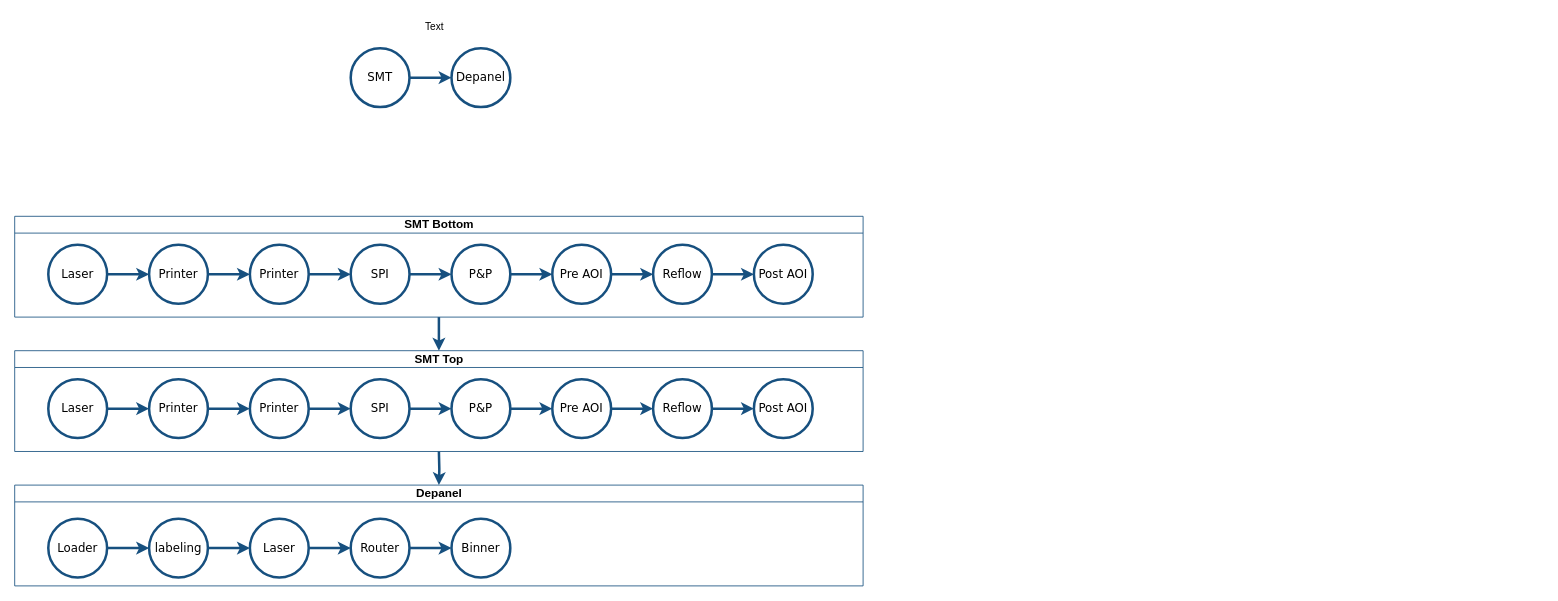
The draw.io diagram MES Flow/MES vs Kingfactory.drawio in vinceliao99/MyDiagrams, before the edit. Source tidied: cells renumbered, new cells numbered last; positions are measured from the earlier drawing's top-left corner, leaving out a move shared by most shapes. Both pictures are drawn from the tidied source at 84%, with x=0, y=0 at pixel (14, 14).
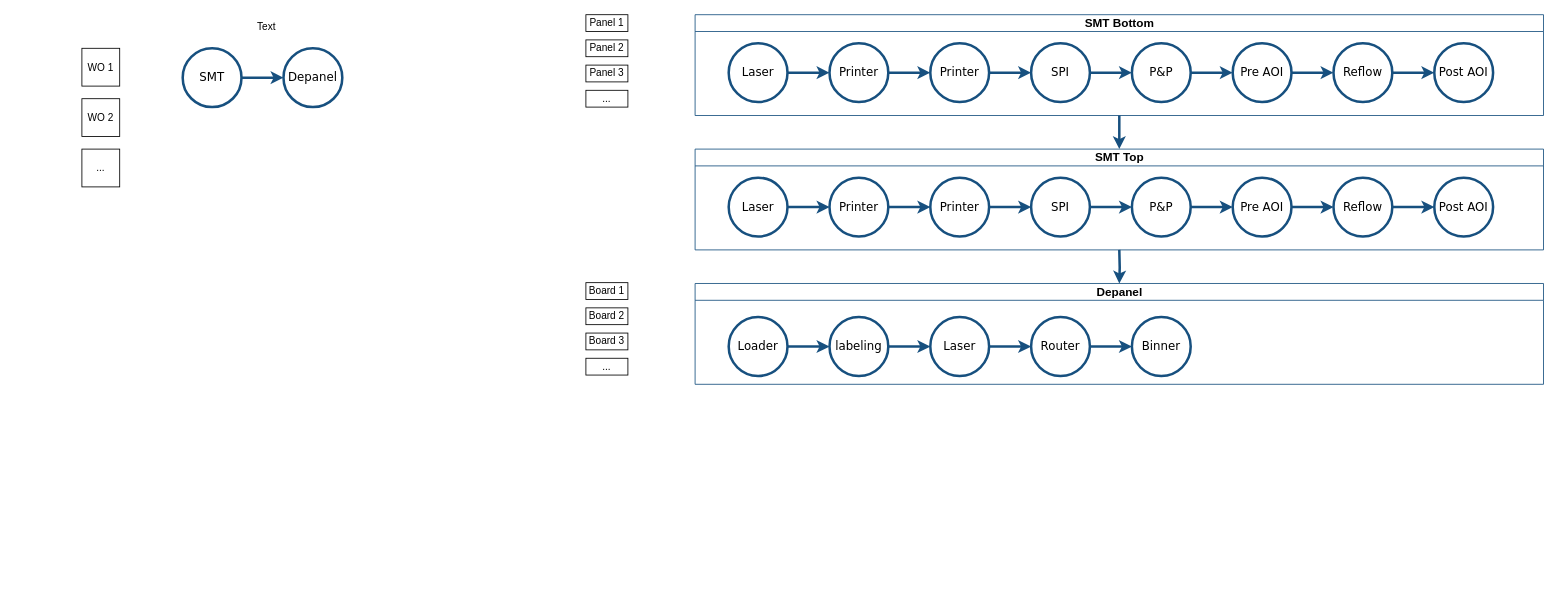
The same page after the edit.

Change to the diagram source:
```diff
@@
     <mxCell id="2" style="edgeStyle=orthogonalEdgeStyle;rounded=0;jettySize=auto;html=1;exitX=0.5;exitY=1;exitDx=0;exitDy=0;entryX=0.5;entryY=0;entryDx=0;entryDy=0;fontSize=14;strokeColor=#17507F;strokeWidth=3;" parent="1" edge="1" source="3">
       <mxGeometry relative="1" as="geometry">
-        <mxPoint x="505" y="400" as="targetPoint" />
+        <mxPoint x="1315" y="160" as="targetPoint" />
       </mxGeometry>
     </mxCell>
     <mxCell id="3" value="SMT Bottom" style="swimlane;html=1;startSize=20;fontSize=14;strokeColor=#17507F;strokeWidth=1;" parent="1" vertex="1">
-      <mxGeometry y="240" width="1010" height="120" as="geometry" />
+      <mxGeometry x="810" width="1010" height="120" as="geometry" />
     </mxCell>
@@
     <mxCell id="19" style="edgeStyle=orthogonalEdgeStyle;rounded=0;jettySize=auto;html=1;exitX=0.5;exitY=1;exitDx=0;exitDy=0;entryX=0.5;entryY=0;entryDx=0;entryDy=0;fontSize=14;strokeColor=#17507F;strokeWidth=3;" parent="1" edge="1" target="20">
       <mxGeometry relative="1" as="geometry">
-        <mxPoint x="505" y="520" as="sourcePoint" />
+        <mxPoint x="1315" y="280" as="sourcePoint" />
       </mxGeometry>
     </mxCell>
     <mxCell id="20" value="Depanel" style="swimlane;html=1;startSize=20;fontSize=14;strokeColor=#17507F;strokeWidth=1;" parent="1" vertex="1">
-      <mxGeometry y="560" width="1010" height="120" as="geometry" />
+      <mxGeometry x="810" y="320" width="1010" height="120" as="geometry" />
     </mxCell>
@@
     <mxCell id="31" value="SMT" style="rounded=1;whiteSpace=wrap;html=1;shadow=0;labelBackgroundColor=none;strokeWidth=3;fontFamily=Verdana;fontSize=14;align=center;shape=ellipse;perimeter=ellipsePerimeter;strokeColor=#17507f;" parent="1" vertex="1">
-      <mxGeometry x="400" y="40" width="70" height="70" as="geometry" />
+      <mxGeometry x="200" y="40" width="70" height="70" as="geometry" />
     </mxCell>
     <mxCell id="32" value="Depanel" style="rounded=1;whiteSpace=wrap;html=1;shadow=0;labelBackgroundColor=none;strokeWidth=3;fontFamily=Verdana;fontSize=14;align=center;shape=ellipse;perimeter=ellipsePerimeter;strokeColor=#17507f;" parent="1" vertex="1">
-      <mxGeometry x="520" y="40" width="70" height="70" as="geometry" />
+      <mxGeometry x="320" y="40" width="70" height="70" as="geometry" />
     </mxCell>
     <mxCell id="33" value="SMT Top" style="swimlane;html=1;startSize=20;fontSize=14;strokeColor=#17507F;strokeWidth=1;" parent="1" vertex="1">
-      <mxGeometry y="400" width="1010" height="120" as="geometry" />
+      <mxGeometry x="810" y="160" width="1010" height="120" as="geometry" />
     </mxCell>
@@
     <mxCell id="49" value="Text" style="text;html=1;align=center;verticalAlign=middle;whiteSpace=wrap;rounded=0;" parent="1" vertex="1">
-      <mxGeometry x="470" width="60" height="30" as="geometry" />
+      <mxGeometry x="270" width="60" height="30" as="geometry" />
     </mxCell>
+    <mxCell id="50" value="WO 1" style="whiteSpace=wrap;html=1;" parent="1" vertex="1">
+      <mxGeometry x="80" y="40" width="45" height="45" as="geometry" />
+    </mxCell>
+    <mxCell id="51" value="WO 2" style="whiteSpace=wrap;html=1;" parent="1" vertex="1">
+      <mxGeometry x="80" y="100" width="45" height="45" as="geometry" />
+    </mxCell>
+    <mxCell id="52" value="Panel 1" style="rounded=0;whiteSpace=wrap;html=1;" parent="1" vertex="1">
+      <mxGeometry x="680" width="50" height="20" as="geometry" />
+    </mxCell>
+    <mxCell id="53" value="Panel 2" style="rounded=0;whiteSpace=wrap;html=1;" parent="1" vertex="1">
+      <mxGeometry x="680" y="30" width="50" height="20" as="geometry" />
+    </mxCell>
+    <mxCell id="54" value="Panel 3" style="rounded=0;whiteSpace=wrap;html=1;" parent="1" vertex="1">
+      <mxGeometry x="680" y="60" width="50" height="20" as="geometry" />
+    </mxCell>
+    <mxCell id="55" value="..." style="rounded=0;whiteSpace=wrap;html=1;" parent="1" vertex="1">
+      <mxGeometry x="680" y="90" width="50" height="20" as="geometry" />
+    </mxCell>
+    <mxCell id="56" value="..." style="whiteSpace=wrap;html=1;" parent="1" vertex="1">
+      <mxGeometry x="80" y="160" width="45" height="45" as="geometry" />
+    </mxCell>
+    <mxCell id="57" value="Board 1" style="rounded=0;whiteSpace=wrap;html=1;" parent="1" vertex="1">
+      <mxGeometry x="680" y="319" width="50" height="20" as="geometry" />
+    </mxCell>
+    <mxCell id="58" value="Board 2" style="rounded=0;whiteSpace=wrap;html=1;" parent="1" vertex="1">
+      <mxGeometry x="680" y="349" width="50" height="20" as="geometry" />
+    </mxCell>
+    <mxCell id="59" value="Board 3" style="rounded=0;whiteSpace=wrap;html=1;" parent="1" vertex="1">
+      <mxGeometry x="680" y="379" width="50" height="20" as="geometry" />
+    </mxCell>
+    <mxCell id="60" value="..." style="rounded=0;whiteSpace=wrap;html=1;" parent="1" vertex="1">
+      <mxGeometry x="680" y="409" width="50" height="20" as="geometry" />
+    </mxCell>
```
